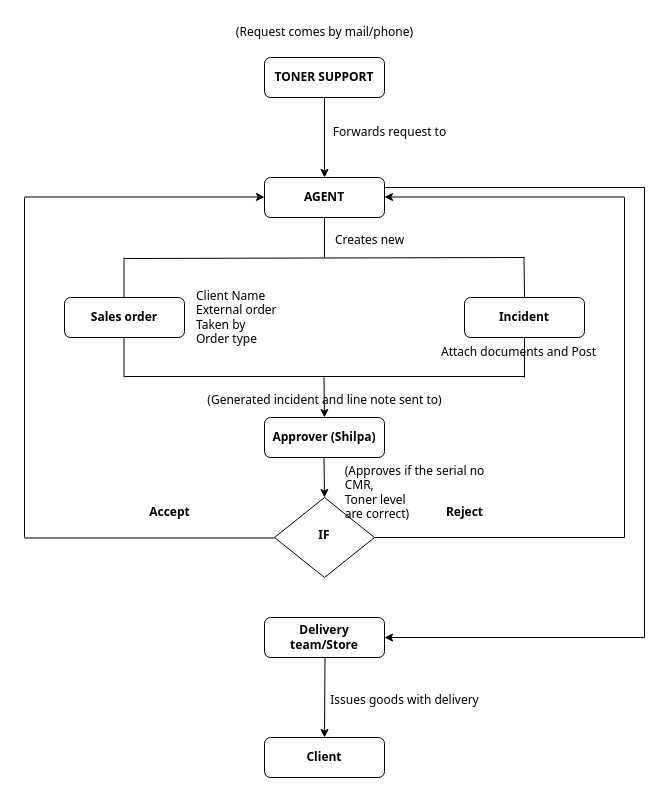
This is app/Untitled Diagram.drawio from arnold-wafula/toner-incident, a draw.io file, before an edit. Source tidied: cells renumbered, new cells numbered last; positions are measured from the earlier drawing's top-left corner, leaving out a move shared by most shapes. Both pictures are drawn from the tidied source at 100%, with x=0, y=0 at pixel (24, 17).
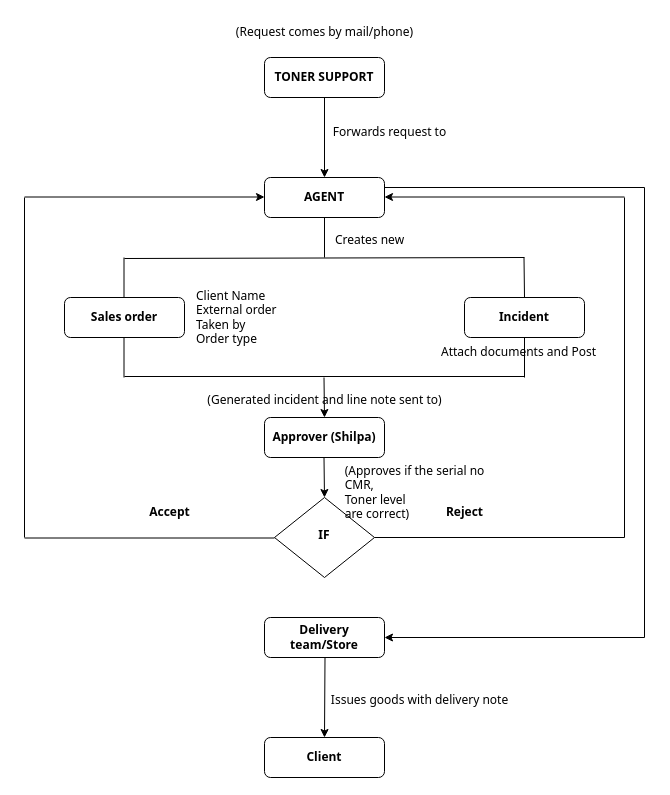
After the change.

The edit, as a diff of the source:
```diff
@@
-    <mxCell id="39" value="Issues goods with delivery" style="text;html=1;align=center;verticalAlign=middle;strokeColor=none;fillColor=none;fontFamily=Tahoma;" parent="1" vertex="1">
-      <mxGeometry x="300" y="668" width="160" height="30" as="geometry" />
+    <mxCell id="39" value="Issues goods with delivery note" style="text;html=1;align=center;verticalAlign=middle;strokeColor=none;fillColor=none;fontFamily=Tahoma;" parent="1" vertex="1">
+      <mxGeometry x="300" y="668" width="190" height="30" as="geometry" />
     </mxCell>
```
